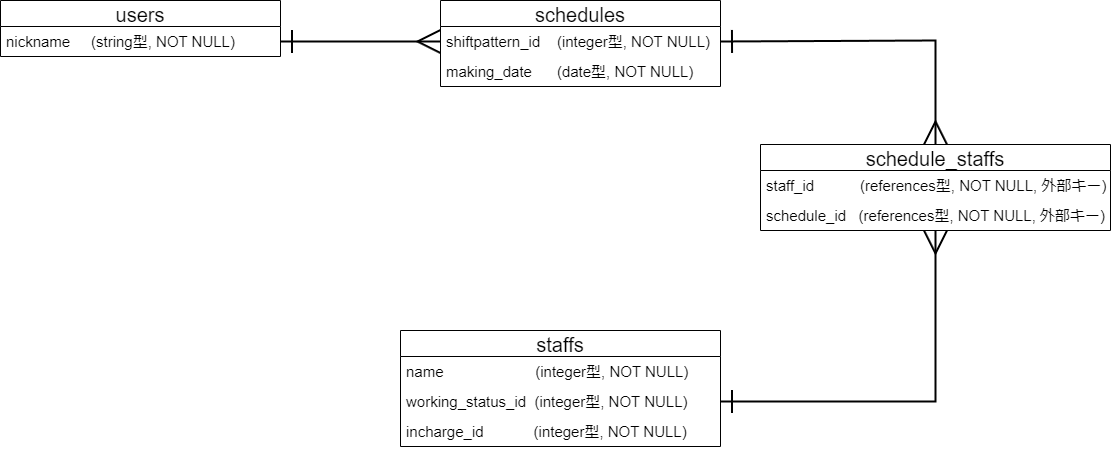
Earlier version of the draw.io export shift_maker_DB.drawio.png (piyofisu/shift_maker). Source tidied: cells renumbered, new cells last; positions are measured from the earlier drawing's top-left corner, leaving out a move shared by most shapes. Its diagram source:
```xml
<mxGraphModel>
  <root>
    <mxCell id="0" />
    <mxCell id="1" parent="0" />
    <mxCell id="2" value="users" style="swimlane;fontStyle=0;horizontal=1;startSize=26;align=center;fontSize=20;" parent="1" vertex="1">
      <mxGeometry width="280" height="56" as="geometry" />
    </mxCell>
    <mxCell id="3" value="nickname     (string型, NOT NULL)   " style="text;strokeColor=none;fillColor=none;spacingLeft=4;spacingRight=4;overflow=hidden;points=[[0,0.5],[1,0.5]];portConstraint=eastwest;fontSize=15;" parent="2" vertex="1">
      <mxGeometry y="26" width="280" height="30" as="geometry" />
    </mxCell>
    <mxCell id="4" value="staffs" style="swimlane;fontStyle=0;horizontal=1;startSize=26;align=center;fontSize=20;" parent="1" vertex="1">
      <mxGeometry x="400" y="330" width="320" height="116" as="geometry" />
    </mxCell>
    <mxCell id="5" value="name                      (integer型, NOT NULL)" style="text;strokeColor=none;fillColor=none;spacingLeft=4;spacingRight=4;overflow=hidden;fontSize=15;" parent="4" vertex="1">
      <mxGeometry y="26" width="320" height="30" as="geometry" />
    </mxCell>
    <mxCell id="6" value="working_status_id   (integer型, NOT NULL)" style="text;strokeColor=none;fillColor=none;spacingLeft=4;spacingRight=4;overflow=hidden;points=[[0,0.5],[1,0.5]];portConstraint=eastwest;fontSize=15;" parent="4" vertex="1">
      <mxGeometry y="56" width="320" height="30" as="geometry" />
    </mxCell>
    <mxCell id="7" value="incharge_id            (integer型, NOT NULL)" style="text;strokeColor=none;fillColor=none;spacingLeft=4;spacingRight=4;overflow=hidden;fontSize=15;" parent="4" vertex="1">
      <mxGeometry y="86" width="320" height="30" as="geometry" />
    </mxCell>
    <mxCell id="8" value="schedules" style="swimlane;fontStyle=0;horizontal=1;startSize=26;align=center;fontSize=20;" parent="1" vertex="1">
      <mxGeometry x="440" width="280" height="86" as="geometry" />
    </mxCell>
    <mxCell id="9" value="shiftpattern_id    (integer型, NOT NULL)" style="text;strokeColor=none;fillColor=none;spacingLeft=4;spacingRight=4;overflow=hidden;points=[[0,0.5],[1,0.5]];portConstraint=eastwest;fontSize=15;" parent="8" vertex="1">
      <mxGeometry y="26" width="280" height="30" as="geometry" />
    </mxCell>
    <mxCell id="10" value="making_date      (date型, NOT NULL)" style="text;strokeColor=none;fillColor=none;spacingLeft=4;spacingRight=4;overflow=hidden;fontSize=15;" parent="8" vertex="1">
      <mxGeometry y="56" width="280" height="30" as="geometry" />
    </mxCell>
    <mxCell id="11" style="edgeStyle=none;html=1;exitX=1;exitY=0.5;exitDx=0;exitDy=0;strokeWidth=2;fontSize=15;startArrow=ERone;startFill=0;endArrow=ERmany;endFill=0;endSize=20;startSize=20;entryX=0;entryY=0.5;entryDx=0;entryDy=0;" parent="1" edge="1" source="3" target="9">
      <mxGeometry relative="1" as="geometry" />
    </mxCell>
    <mxCell id="12" value="schedule_staffs" style="swimlane;fontStyle=0;horizontal=1;startSize=26;align=center;fontSize=20;" parent="1" vertex="1">
      <mxGeometry x="760" y="144" width="350" height="86" as="geometry" />
    </mxCell>
    <mxCell id="13" value="staff_id           (references型, NOT NULL, 外部キー)" style="text;strokeColor=none;fillColor=none;spacingLeft=4;spacingRight=4;overflow=hidden;fontSize=15;" parent="12" vertex="1">
      <mxGeometry y="26" width="350" height="30" as="geometry" />
    </mxCell>
    <mxCell id="14" value="schedule_id   (references型, NOT NULL, 外部キー)" style="text;strokeColor=none;fillColor=none;spacingLeft=4;spacingRight=4;overflow=hidden;points=[[0,0.5],[1,0.5]];portConstraint=eastwest;fontSize=15;" parent="12" vertex="1">
      <mxGeometry y="56" width="350" height="30" as="geometry" />
    </mxCell>
    <mxCell id="15" style="edgeStyle=none;html=1;exitX=1;exitY=0.5;exitDx=0;exitDy=0;strokeWidth=2;fontSize=15;startArrow=ERone;startFill=0;endArrow=ERmany;endFill=0;startSize=20;endSize=20;rounded=0;" parent="1" edge="1" source="6" target="14">
      <mxGeometry relative="1" as="geometry">
        <Array as="points">
          <mxPoint x="935" y="401" />
        </Array>
      </mxGeometry>
    </mxCell>
    <mxCell id="16" style="edgeStyle=none;html=1;exitX=1;exitY=0.5;exitDx=0;exitDy=0;entryX=0.5;entryY=0;entryDx=0;entryDy=0;strokeWidth=2;fontSize=15;startArrow=ERone;startFill=0;endArrow=ERmany;endFill=0;startSize=20;endSize=20;rounded=0;" parent="1" edge="1" source="9" target="12">
      <mxGeometry relative="1" as="geometry">
        <Array as="points">
          <mxPoint x="935" y="40" />
        </Array>
      </mxGeometry>
    </mxCell>
  </root>
</mxGraphModel>
```
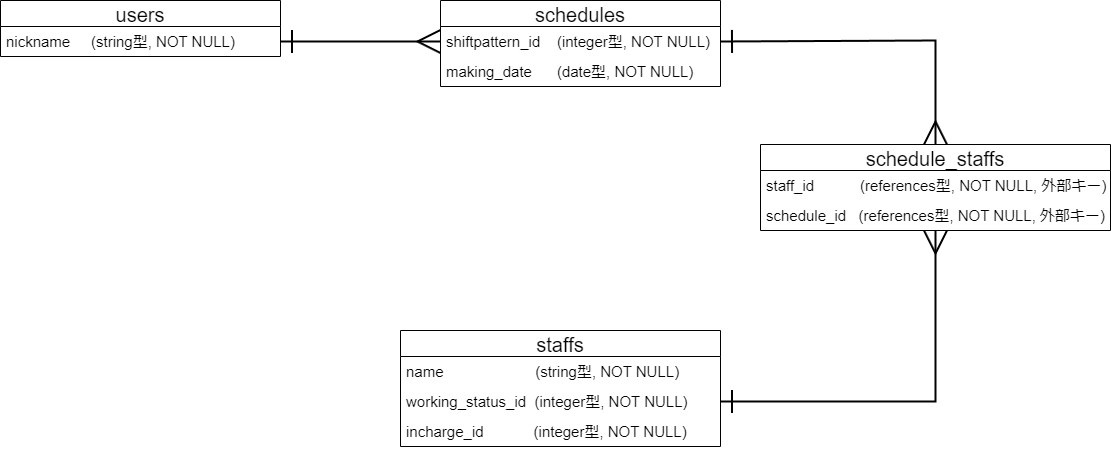
Above is the later version.

Diff of the diagram source:
```diff
@@ -11,7 +11,7 @@
     <mxCell id="4" value="staffs" style="swimlane;fontStyle=0;horizontal=1;startSize=26;align=center;fontSize=20;" parent="1" vertex="1">
       <mxGeometry x="400" y="330" width="320" height="116" as="geometry" />
     </mxCell>
-    <mxCell id="5" value="name                      (integer型, NOT NULL)" style="text;strokeColor=none;fillColor=none;spacingLeft=4;spacingRight=4;overflow=hidden;fontSize=15;" parent="4" vertex="1">
+    <mxCell id="5" value="name                      (string型, NOT NULL)" style="text;strokeColor=none;fillColor=none;spacingLeft=4;spacingRight=4;overflow=hidden;fontSize=15;" parent="4" vertex="1">
       <mxGeometry y="26" width="320" height="30" as="geometry" />
     </mxCell>
     <mxCell id="6" value="working_status_id   (integer型, NOT NULL)" style="text;strokeColor=none;fillColor=none;spacingLeft=4;spacingRight=4;overflow=hidden;points=[[0,0.5],[1,0.5]];portConstraint=eastwest;fontSize=15;" parent="4" vertex="1">
```
